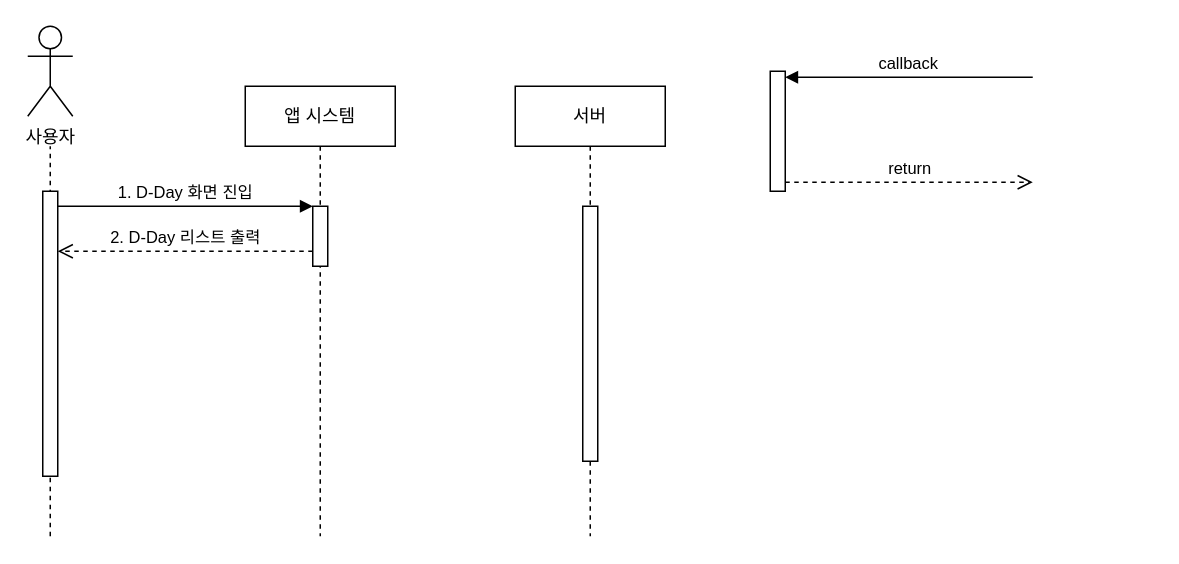
The draw.io diagram sequence diagram.drawio in baechuTree/softwareEngineering, before the edit. Source tidied: cells renumbered, new cells numbered last; positions are measured from the earlier drawing's top-left corner, leaving out a move shared by most shapes. Both pictures are drawn from the tidied source at 150%, with x=0, y=0 at pixel (27, 26).
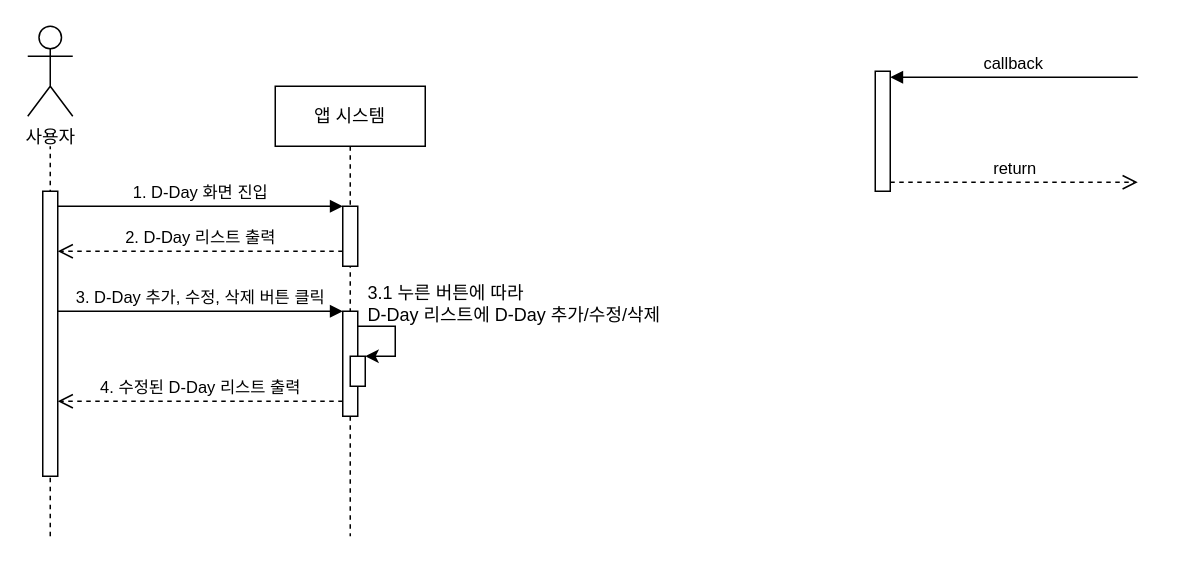
The same page after the edit.

The change refers to these unchanged cells:
```xml
<mxCell id="3" style="html=1;points=[];perimeter=orthogonalPerimeter;outlineConnect=0;targetShapes=umlLifeline;portConstraint=eastwest;newEdgeStyle={&quot;edgeStyle&quot;:&quot;elbowEdgeStyle&quot;,&quot;elbow&quot;:&quot;vertical&quot;,&quot;curved&quot;:0,&quot;rounded&quot;:0};" parent="2" vertex="1">
  <mxGeometry x="45" y="80" width="10" height="40" as="geometry" />
</mxCell>
<mxCell id="12" style="html=1;points=[];perimeter=orthogonalPerimeter;outlineConnect=0;targetShapes=umlLifeline;portConstraint=eastwest;newEdgeStyle={&quot;edgeStyle&quot;:&quot;elbowEdgeStyle&quot;,&quot;elbow&quot;:&quot;vertical&quot;,&quot;curved&quot;:0,&quot;rounded&quot;:0};" parent="1" vertex="1">
  <mxGeometry x="10" y="110" width="10" height="190" as="geometry" />
</mxCell>
```

What changed in the source:
```diff
@@
     <mxCell id="2" value="앱 시스템" style="shape=umlLifeline;perimeter=lifelinePerimeter;whiteSpace=wrap;html=1;newEdgeStyle={&quot;edgeStyle&quot;:&quot;elbowEdgeStyle&quot;,&quot;elbow&quot;:&quot;vertical&quot;,&quot;curved&quot;:0,&quot;rounded&quot;:0};" parent="1" vertex="1">
-      <mxGeometry x="145" y="40" width="100" height="300" as="geometry" />
+      <mxGeometry x="165" y="40" width="100" height="300" as="geometry" />
     </mxCell>
@@
+    <mxCell id="14" value="3. D-Day 추가, 수정, 삭제 버튼 클릭" style="html=1;verticalAlign=bottom;endArrow=block;edgeStyle=elbowEdgeStyle;elbow=vertical;curved=0;rounded=0;" parent="2" edge="1" target="15">
+      <mxGeometry relative="1" as="geometry">
+        <mxPoint x="-145" y="150" as="sourcePoint" />
+        <Array as="points">
+          <mxPoint x="-60" y="150" />
+        </Array>
+      </mxGeometry>
+    </mxCell>
+    <mxCell id="15" style="html=1;points=[];perimeter=orthogonalPerimeter;outlineConnect=0;targetShapes=umlLifeline;portConstraint=eastwest;newEdgeStyle={&quot;edgeStyle&quot;:&quot;elbowEdgeStyle&quot;,&quot;elbow&quot;:&quot;vertical&quot;,&quot;curved&quot;:0,&quot;rounded&quot;:0};" parent="2" vertex="1">
+      <mxGeometry x="45" y="150" width="10" height="70" as="geometry" />
+    </mxCell>
+    <mxCell id="16" style="endArrow=classic;html=1;rounded=0;edgeStyle=orthogonalEdgeStyle;" parent="2" edge="1" source="15" target="17">
+      <mxGeometry relative="1" as="geometry">
+        <Array as="points">
+          <mxPoint x="80" y="160" />
+          <mxPoint x="80" y="180" />
+        </Array>
+      </mxGeometry>
+    </mxCell>
+    <mxCell id="17" style="html=1;points=[];perimeter=orthogonalPerimeter;outlineConnect=0;targetShapes=umlLifeline;portConstraint=eastwest;newEdgeStyle={&quot;edgeStyle&quot;:&quot;elbowEdgeStyle&quot;,&quot;elbow&quot;:&quot;vertical&quot;,&quot;curved&quot;:0,&quot;rounded&quot;:0};" parent="2" vertex="1">
+      <mxGeometry x="50" y="180" width="10" height="20" as="geometry" />
+    </mxCell>
@@
-    <mxCell id="5" value="2. D-Day 리스트 출력" style="html=1;verticalAlign=bottom;endArrow=open;dashed=1;endSize=8;edgeStyle=elbowEdgeStyle;elbow=vertical;curved=0;rounded=0;" parent="1" edge="1">
+    <mxCell id="5" value="2. D-Day 리스트 출력" style="html=1;verticalAlign=bottom;endArrow=open;dashed=1;endSize=8;edgeStyle=elbowEdgeStyle;elbow=vertical;curved=0;rounded=0;" parent="1" edge="1" source="3" target="12">
       <mxGeometry relative="1" as="geometry">
-        <mxPoint x="190" y="150" as="sourcePoint" />
-        <mxPoint x="20" y="150" as="targetPoint" />
         <Array as="points">
           <mxPoint x="115" y="150" />
         </Array>
       </mxGeometry>
     </mxCell>
     <mxCell id="6" value="callback" style="html=1;verticalAlign=bottom;endArrow=block;edgeStyle=elbowEdgeStyle;elbow=vertical;curved=0;rounded=0;" parent="1" edge="1" target="13">
       <mxGeometry relative="1" as="geometry">
-        <mxPoint x="670" y="34" as="sourcePoint" />
+        <mxPoint x="740" y="34" as="sourcePoint" />
         <Array as="points">
-          <mxPoint x="595" y="34" />
+          <mxPoint x="665" y="34" />
         </Array>
       </mxGeometry>
     </mxCell>
     <mxCell id="7" value="return" style="html=1;verticalAlign=bottom;endArrow=open;dashed=1;endSize=8;edgeStyle=elbowEdgeStyle;elbow=vertical;curved=0;rounded=0;" parent="1" edge="1" source="13">
       <mxGeometry relative="1" as="geometry">
-        <mxPoint x="670" y="104" as="targetPoint" />
+        <mxPoint x="740" y="104" as="targetPoint" />
         <Array as="points">
-          <mxPoint x="585" y="104" />
+          <mxPoint x="655" y="104" />
         </Array>
       </mxGeometry>
     </mxCell>
-    <mxCell id="8" value="서버" style="shape=umlLifeline;perimeter=lifelinePerimeter;whiteSpace=wrap;html=1;newEdgeStyle={&quot;edgeStyle&quot;:&quot;elbowEdgeStyle&quot;,&quot;elbow&quot;:&quot;vertical&quot;,&quot;curved&quot;:0,&quot;rounded&quot;:0};size=40;" parent="1" vertex="1">
-      <mxGeometry x="325" y="40" width="100" height="300" as="geometry" />
-    </mxCell>
-    <mxCell id="9" style="html=1;perimeter=orthogonalPerimeter;targetShapes=umlLifeline;newEdgeStyle={&quot;edgeStyle&quot;:&quot;elbowEdgeStyle&quot;,&quot;elbow&quot;:&quot;vertical&quot;,&quot;curved&quot;:0,&quot;rounded&quot;:0};" parent="8" vertex="1">
-      <mxGeometry x="45" y="80" width="10" height="170" as="geometry" />
-    </mxCell>
@@
     <mxCell id="13" style="html=1;points=[];perimeter=orthogonalPerimeter;outlineConnect=0;targetShapes=umlLifeline;portConstraint=eastwest;newEdgeStyle={&quot;edgeStyle&quot;:&quot;elbowEdgeStyle&quot;,&quot;elbow&quot;:&quot;vertical&quot;,&quot;curved&quot;:0,&quot;rounded&quot;:0};" parent="1" vertex="1">
-      <mxGeometry x="495" y="30" width="10" height="80" as="geometry" />
+      <mxGeometry x="565" y="30" width="10" height="80" as="geometry" />
     </mxCell>
+    <mxCell id="18" value="3.1 누른 버튼에 따라&lt;div&gt;&lt;span style=&quot;background-color: transparent; color: light-dark(rgb(0, 0, 0), rgb(255, 255, 255));&quot;&gt;D-Day 리스트에 D-Day 추가/수정/삭제&lt;/span&gt;&lt;/div&gt;" style="text;html=1;align=left;verticalAlign=middle;strokeColor=none;fillColor=none;" parent="1" vertex="1">
+      <mxGeometry x="225" y="165" width="220" height="40" as="geometry" />
+    </mxCell>
+    <mxCell id="19" value="4. 수정된 D-Day 리스트 출력" style="html=1;verticalAlign=bottom;endArrow=open;dashed=1;endSize=8;edgeStyle=elbowEdgeStyle;elbow=vertical;curved=0;rounded=0;" parent="1" edge="1" source="15" target="12">
+      <mxGeometry relative="1" as="geometry">
+        <Array as="points">
+          <mxPoint x="115" y="250" />
+        </Array>
+      </mxGeometry>
+    </mxCell>
```
